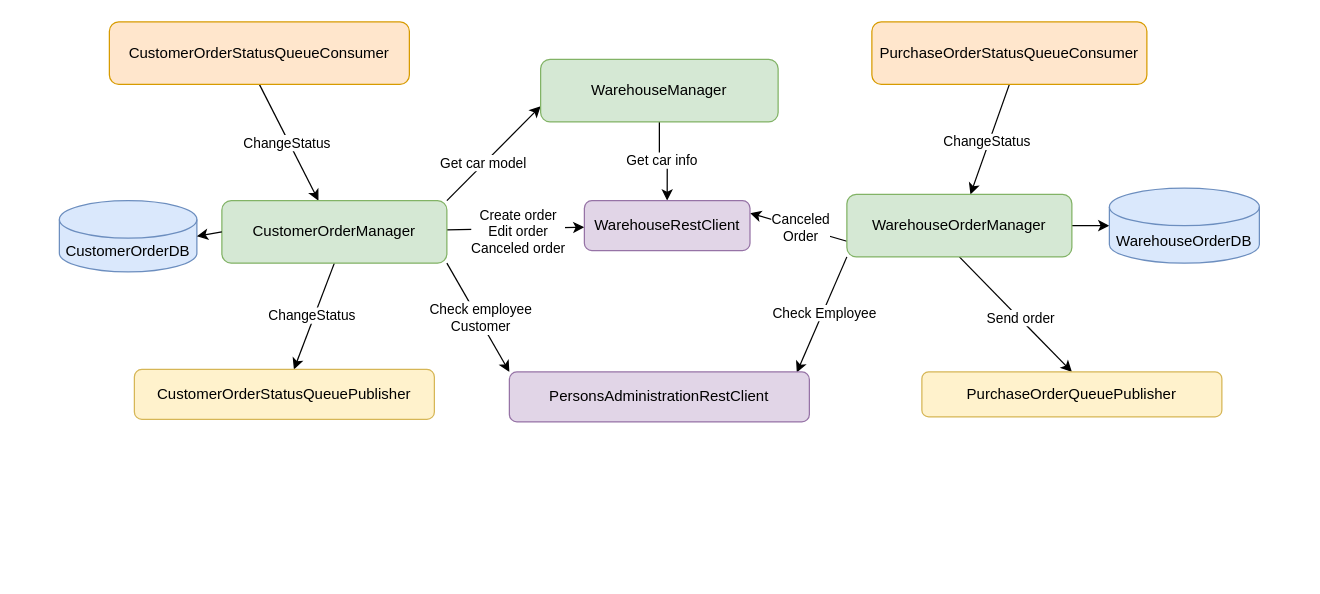
Earlier version of the draw.io diagram CarDealershipManagers.drawio (capit33/CarDealership). Source tidied: cells renumbered, new cells numbered last; positions are measured from the earlier drawing's top-left corner, leaving out a move shared by most shapes. Both pictures are drawn from the tidied source at 125%, with x=0, y=0 at pixel (59, 21).
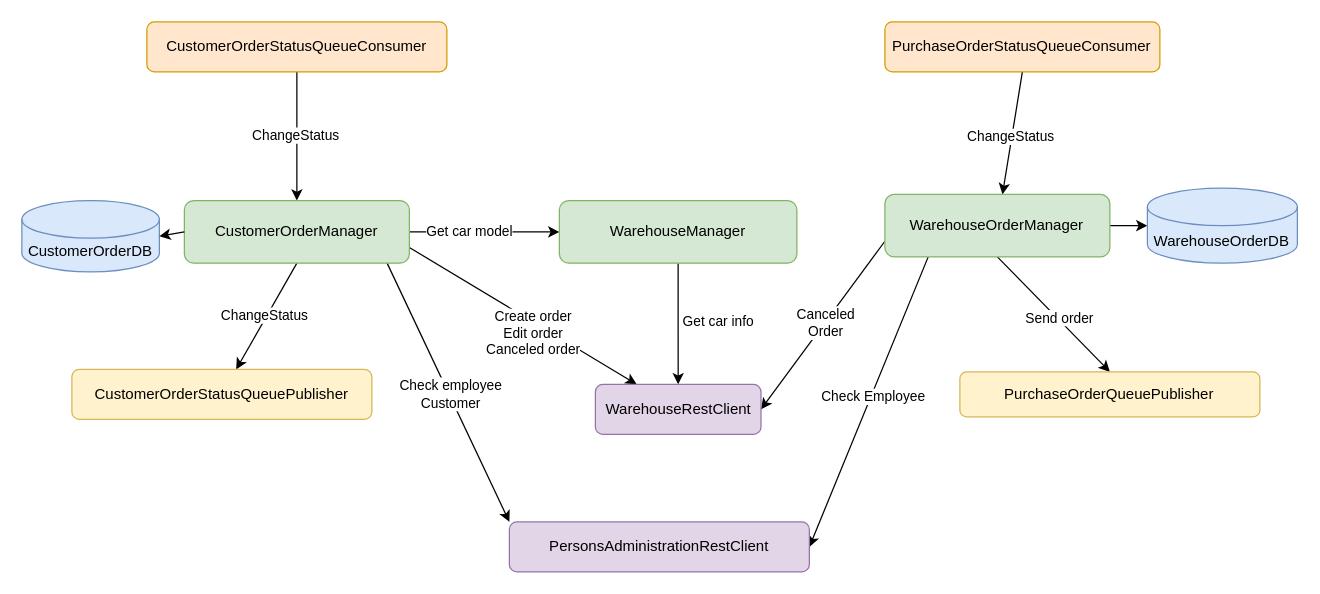
Above is the later version.

The change refers to these unchanged cells:
```xml
<mxCell id="17" style="edgeStyle=orthogonalEdgeStyle;rounded=0;jettySize=auto;html=1;exitX=0.5;exitY=1;exitDx=0;exitDy=0;entryX=0.5;entryY=0;entryDx=0;entryDy=0;" parent="1" edge="1" source="19" target="33">
  <mxGeometry relative="1" as="geometry" />
</mxCell>
```

The edit, as a diff of the source:
```diff
@@
     <mxCell id="4" value="PurchaseOrderStatusQueueConsumer" style="rounded=1;whiteSpace=wrap;html=1;fillColor=#ffe6cc;strokeColor=#d79b00;" parent="1" vertex="1">
-      <mxGeometry x="650" width="220" height="50" as="geometry" />
+      <mxGeometry x="660.4" width="220" height="40" as="geometry" />
     </mxCell>
@@
     <mxCell id="7" value="CustomerOrderStatusQueueConsumer" style="rounded=1;whiteSpace=wrap;html=1;fillColor=#ffe6cc;strokeColor=#d79b00;" parent="1" vertex="1">
-      <mxGeometry x="40" width="240" height="50" as="geometry" />
+      <mxGeometry x="70" width="240" height="40" as="geometry" />
     </mxCell>
-    <mxCell id="8" style="rounded=0;jettySize=auto;html=1;" parent="1" edge="1" source="16" target="33">
+    <mxCell id="8" style="rounded=0;jettySize=auto;html=1;exitX=1;exitY=0.75;exitDx=0;exitDy=0;" parent="1" edge="1" source="16" target="33">
       <mxGeometry relative="1" as="geometry" />
     </mxCell>
@@
-    <mxCell id="10" style="rounded=0;jettySize=auto;html=1;exitX=1;exitY=1;exitDx=0;exitDy=0;entryX=0;entryY=0;entryDx=0;entryDy=0;" parent="1" edge="1" source="16" target="32">
+    <mxCell id="10" style="rounded=0;jettySize=auto;html=1;exitX=0.901;exitY=1;exitDx=0;exitDy=0;entryX=0;entryY=0;entryDx=0;entryDy=0;exitPerimeter=0;" parent="1" edge="1" source="16" target="32">
       <mxGeometry relative="1" as="geometry" />
     </mxCell>
@@
-    <mxCell id="12" style="rounded=0;jettySize=auto;html=1;exitX=1;exitY=0;exitDx=0;exitDy=0;entryX=0;entryY=0.75;entryDx=0;entryDy=0;" parent="1" edge="1" source="16" target="19">
+    <mxCell id="12" style="rounded=0;jettySize=auto;html=1;exitX=1;exitY=0.5;exitDx=0;exitDy=0;entryX=0;entryY=0.5;entryDx=0;entryDy=0;" parent="1" edge="1" source="16" target="19">
       <mxGeometry relative="1" as="geometry" />
     </mxCell>
@@
     <mxCell id="16" value="CustomerOrderManager" style="rounded=1;whiteSpace=wrap;html=1;fillColor=#d5e8d4;strokeColor=#82b366;" parent="1" vertex="1">
-      <mxGeometry x="130" y="143" width="180" height="50" as="geometry" />
+      <mxGeometry x="100" y="143" width="180" height="50" as="geometry" />
     </mxCell>
@@
     <mxCell id="18" value="Get car info" style="edgeLabel;html=1;align=center;verticalAlign=middle;" parent="17" vertex="1">
-      <mxGeometry x="-0.06" y="1" relative="1" as="geometry" />
+      <mxGeometry x="-0.06" y="1" relative="1" as="geometry">
+        <mxPoint x="30" as="offset" />
+      </mxGeometry>
     </mxCell>
     <mxCell id="19" value="WarehouseManager" style="rounded=1;whiteSpace=wrap;html=1;fillColor=#d5e8d4;strokeColor=#82b366;" parent="1" vertex="1">
-      <mxGeometry x="385" y="30" width="190" height="50" as="geometry" />
+      <mxGeometry x="400" y="143" width="190" height="50" as="geometry" />
     </mxCell>
-    <mxCell id="20" style="rounded=0;jettySize=auto;html=1;exitX=0;exitY=1;exitDx=0;exitDy=0;entryX=0.958;entryY=0.014;entryDx=0;entryDy=0;entryPerimeter=0;" parent="1" edge="1" source="27" target="32">
+    <mxCell id="20" style="rounded=0;jettySize=auto;html=1;exitX=0.193;exitY=0.996;exitDx=0;exitDy=0;entryX=1;entryY=0.5;entryDx=0;entryDy=0;exitPerimeter=0;" parent="1" edge="1" source="27" target="32">
       <mxGeometry relative="1" as="geometry" />
     </mxCell>
@@
-    <mxCell id="25" style="rounded=0;jettySize=auto;html=1;exitX=0;exitY=0.75;exitDx=0;exitDy=0;entryX=1;entryY=0.25;entryDx=0;entryDy=0;" parent="1" edge="1" source="27" target="33">
+    <mxCell id="25" style="rounded=0;jettySize=auto;html=1;exitX=0;exitY=0.75;exitDx=0;exitDy=0;entryX=1;entryY=0.5;entryDx=0;entryDy=0;" parent="1" edge="1" source="27" target="33">
       <mxGeometry relative="1" as="geometry" />
     </mxCell>
@@
     <mxCell id="27" value="WarehouseOrderManager" style="rounded=1;whiteSpace=wrap;html=1;fillColor=#d5e8d4;strokeColor=#82b366;" parent="1" vertex="1">
-      <mxGeometry x="630" y="138" width="180" height="50" as="geometry" />
+      <mxGeometry x="660.4" y="138" width="180" height="50" as="geometry" />
     </mxCell>
     <mxCell id="28" value="CustomerOrderDB" style="shape=cylinder3;whiteSpace=wrap;html=1;boundedLbl=1;backgroundOutline=1;size=15;fillColor=#dae8fc;strokeColor=#6c8ebf;" parent="1" vertex="1">
-      <mxGeometry y="143" width="110" height="57" as="geometry" />
+      <mxGeometry x="-30" y="143" width="110" height="57" as="geometry" />
     </mxCell>
     <mxCell id="29" value="WarehouseOrderDB" style="shape=cylinder3;whiteSpace=wrap;html=1;boundedLbl=1;backgroundOutline=1;size=15;fillColor=#dae8fc;strokeColor=#6c8ebf;" parent="1" vertex="1">
-      <mxGeometry x="840" y="133" width="120" height="60" as="geometry" />
+      <mxGeometry x="870.4" y="133" width="120" height="60" as="geometry" />
     </mxCell>
     <mxCell id="30" value="CustomerOrderStatusQueuePublisher" style="rounded=1;whiteSpace=wrap;html=1;fillColor=#fff2cc;strokeColor=#d6b656;" parent="1" vertex="1">
-      <mxGeometry x="60" y="278" width="240" height="40" as="geometry" />
+      <mxGeometry x="10" y="278" width="240" height="40" as="geometry" />
     </mxCell>
     <mxCell id="31" value="PurchaseOrderQueuePublisher" style="rounded=1;whiteSpace=wrap;html=1;fillColor=#fff2cc;strokeColor=#d6b656;" parent="1" vertex="1">
-      <mxGeometry x="690" y="280" width="240" height="36" as="geometry" />
+      <mxGeometry x="720.4" y="280" width="240" height="36" as="geometry" />
     </mxCell>
     <mxCell id="32" value="PersonsAdministrationRestClient" style="rounded=1;whiteSpace=wrap;html=1;fillColor=#e1d5e7;strokeColor=#9673a6;" parent="1" vertex="1">
-      <mxGeometry x="360" y="280" width="240" height="40" as="geometry" />
+      <mxGeometry x="360" y="400" width="240" height="40" as="geometry" />
     </mxCell>
     <mxCell id="33" value="WarehouseRestClient" style="rounded=1;whiteSpace=wrap;html=1;fillColor=#e1d5e7;strokeColor=#9673a6;" parent="1" vertex="1">
-      <mxGeometry x="420" y="143" width="132.5" height="40" as="geometry" />
+      <mxGeometry x="428.8" y="290" width="132.5" height="40" as="geometry" />
     </mxCell>
```
